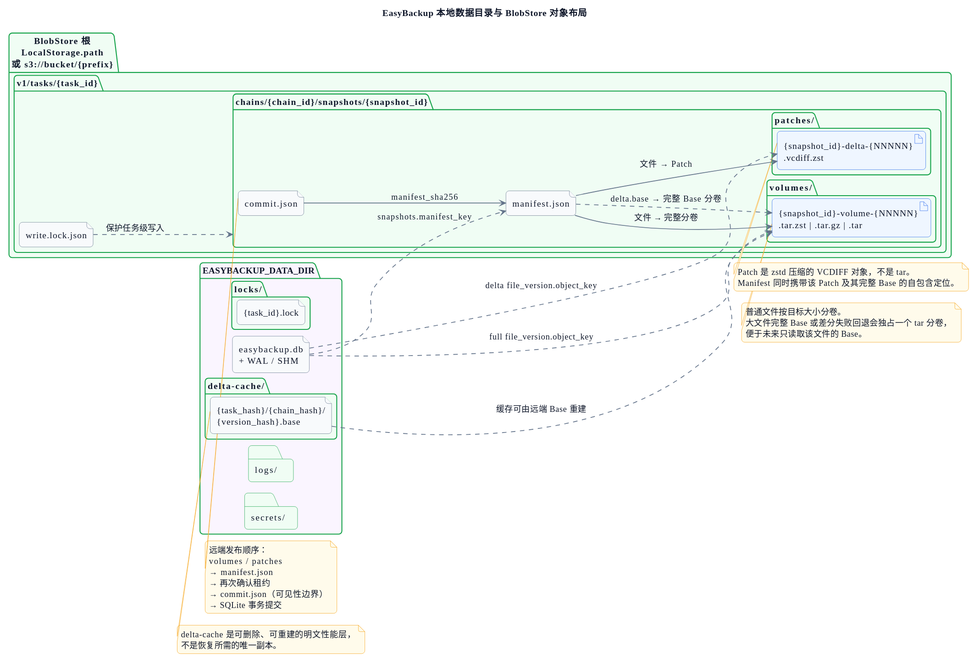
Before: docs/storage-layout.svg, a diagram exported from PlantUML (bl3x3/easyBackup). Source of this version:
```plantuml
@startuml
!pragma layout smetana
title EasyBackup 本地数据目录与 BlobStore 对象布局

left to right direction
skinparam backgroundColor #FFFFFF
skinparam shadowing false
skinparam roundCorner 10
skinparam linetype ortho
skinparam defaultFontName Microsoft YaHei
skinparam defaultFontColor #0F172A
skinparam ArrowColor #64748B
skinparam ArrowThickness 1.2
skinparam FolderBorderColor #16A34A
skinparam FolderBackgroundColor #F0FDF4
skinparam FileBorderColor #64748B
skinparam FileBackgroundColor #F8FAFC
skinparam ArtifactBorderColor #2563EB
skinparam ArtifactBackgroundColor #EFF6FF
skinparam NoteBorderColor #F59E0B
skinparam NoteBackgroundColor #FFFBEB

folder "EASYBACKUP_DATA_DIR" as DataDir #FAF5FF {
  file "easybackup.db\n+ WAL / SHM" as Database
  folder "locks/" as Locks {
    file "{task_id}.lock" as LocalLock
  }
  folder "logs/" as Logs
  folder "secrets/" as Secrets
  folder "delta-cache/" as Cache {
    file "{task_hash}/{chain_hash}/\n{version_hash}.base" as BaseCache
  }
}

folder "BlobStore 根\nLocalStorage.path\n或 s3://bucket/{prefix}" as StoreRoot #F0FDF4 {
  folder "v1/tasks/{task_id}" as TaskPrefix {
    file "write.lock.json" as Lease
    folder "chains/{chain_id}/snapshots/{snapshot_id}" as SnapshotPrefix {
      folder "volumes/" as Volumes {
        artifact "{snapshot_id}-volume-{NNNNN}\n.tar.zst | .tar.gz | .tar" as Volume
      }
      folder "patches/" as Patches {
        artifact "{snapshot_id}-delta-{NNNNN}\n.vcdiff.zst" as Patch
      }
      file "manifest.json" as Manifest
      file "commit.json" as Commit
    }
  }
}

Database ..> Manifest : snapshots.manifest_key
Database ..> Volume : full file_version.object_key
Database ..> Patch : delta file_version.object_key
Manifest --> Volume : 文件 → 完整分卷
Manifest --> Patch : 文件 → Patch
Manifest ..> Volume : delta.base → 完整 Base 分卷
Commit --> Manifest : manifest_sha256
Lease ..> SnapshotPrefix : 保护任务级写入
BaseCache ..> Volume : 缓存可由远端 Base 重建

note bottom of Volume
  普通文件按目标大小分卷。
  大文件完整 Base 或差分失败回退会独占一个 tar 分卷，
  便于未来只读取该文件的 Base。
end note

note bottom of Patch
  Patch 是 zstd 压缩的 VCDIFF 对象，不是 tar。
  Manifest 同时携带该 Patch 及其完整 Base 的自包含定位。
end note

note bottom of Commit
  远端发布顺序：
  volumes / patches
  → manifest.json
  → 再次确认租约
  → commit.json（可见性边界）
  → SQLite 事务提交
end note

note bottom of BaseCache
  delta-cache 是可删除、可重建的明文性能层，
  不是恢复所需的唯一副本。
end note
@enduml
```
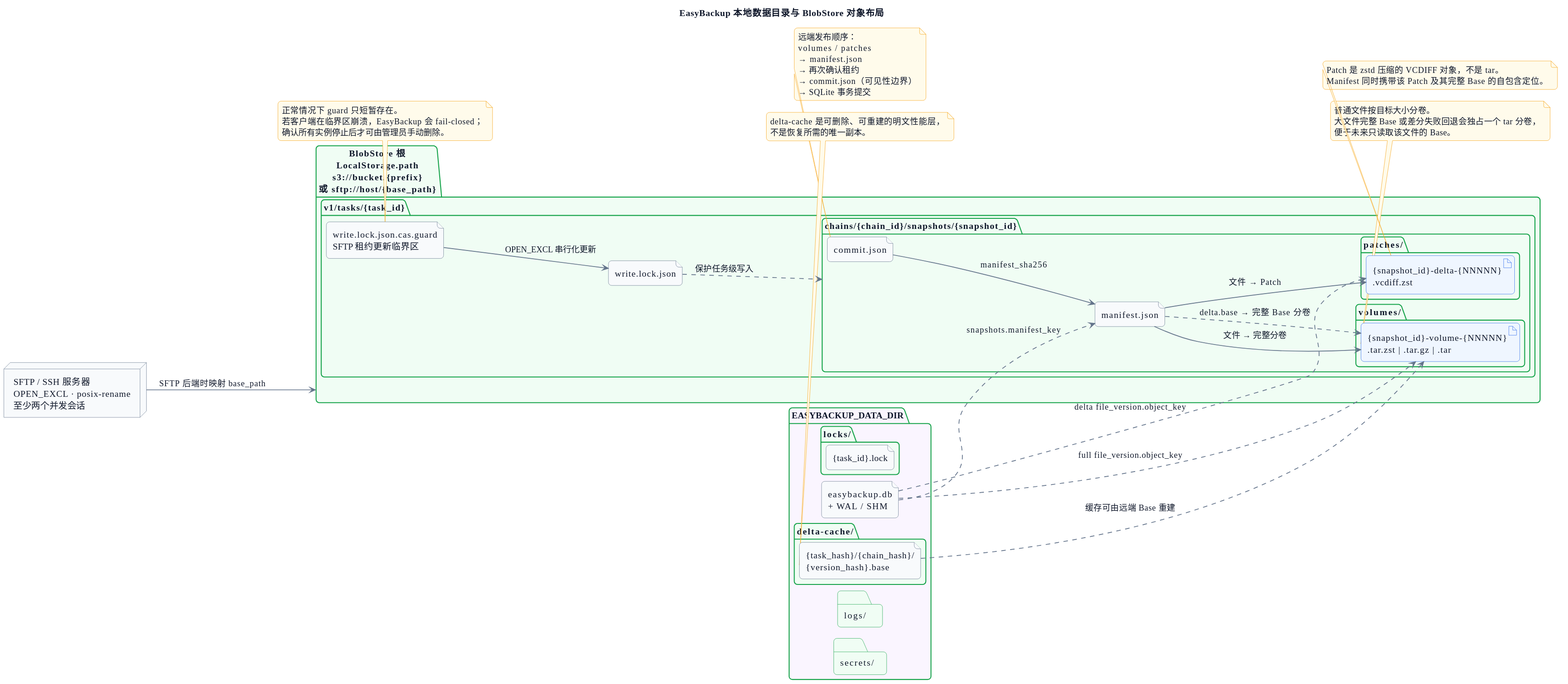
The same file after the commit.

What changed in the source:
```diff
@@ -17,6 +17,8 @@
 skinparam FileBackgroundColor #F8FAFC
 skinparam ArtifactBorderColor #2563EB
 skinparam ArtifactBackgroundColor #EFF6FF
+skinparam NodeBorderColor #64748B
+skinparam NodeBackgroundColor #F8FAFC
 skinparam NoteBorderColor #F59E0B
 skinparam NoteBackgroundColor #FFFBEB
 
@@ -32,9 +34,12 @@
   }
 }
 
-folder "BlobStore 根\nLocalStorage.path\n或 s3://bucket/{prefix}" as StoreRoot #F0FDF4 {
+node "SFTP / SSH 服务器\nOPEN_EXCL · posix-rename\n至少两个并发会话" as SFTPServer
+
+folder "BlobStore 根\nLocalStorage.path\ns3://bucket/{prefix}\n或 sftp://host/{base_path}" as StoreRoot #F0FDF4 {
   folder "v1/tasks/{task_id}" as TaskPrefix {
     file "write.lock.json" as Lease
+    file "write.lock.json.cas.guard\nSFTP 租约更新临界区" as LeaseGuard
     folder "chains/{chain_id}/snapshots/{snapshot_id}" as SnapshotPrefix {
       folder "volumes/" as Volumes {
         artifact "{snapshot_id}-volume-{NNNNN}\n.tar.zst | .tar.gz | .tar" as Volume
@@ -48,6 +53,7 @@
   }
 }
 
+SFTPServer --> StoreRoot : SFTP 后端时映射 base_path
 Database ..> Manifest : snapshots.manifest_key
 Database ..> Volume : full file_version.object_key
 Database ..> Patch : delta file_version.object_key
@@ -56,6 +62,7 @@
 Manifest ..> Volume : delta.base → 完整 Base 分卷
 Commit --> Manifest : manifest_sha256
 Lease ..> SnapshotPrefix : 保护任务级写入
+LeaseGuard --> Lease : OPEN_EXCL 串行化更新
 BaseCache ..> Volume : 缓存可由远端 Base 重建
 
 note bottom of Volume
@@ -78,6 +85,12 @@
   → SQLite 事务提交
 end note
 
+note bottom of LeaseGuard
+  正常情况下 guard 只短暂存在。
+  若客户端在临界区崩溃，EasyBackup 会 fail-closed；
+  确认所有实例停止后才可由管理员手动删除。
+end note
+
 note bottom of BaseCache
   delta-cache 是可删除、可重建的明文性能层，
   不是恢复所需的唯一副本。
```
